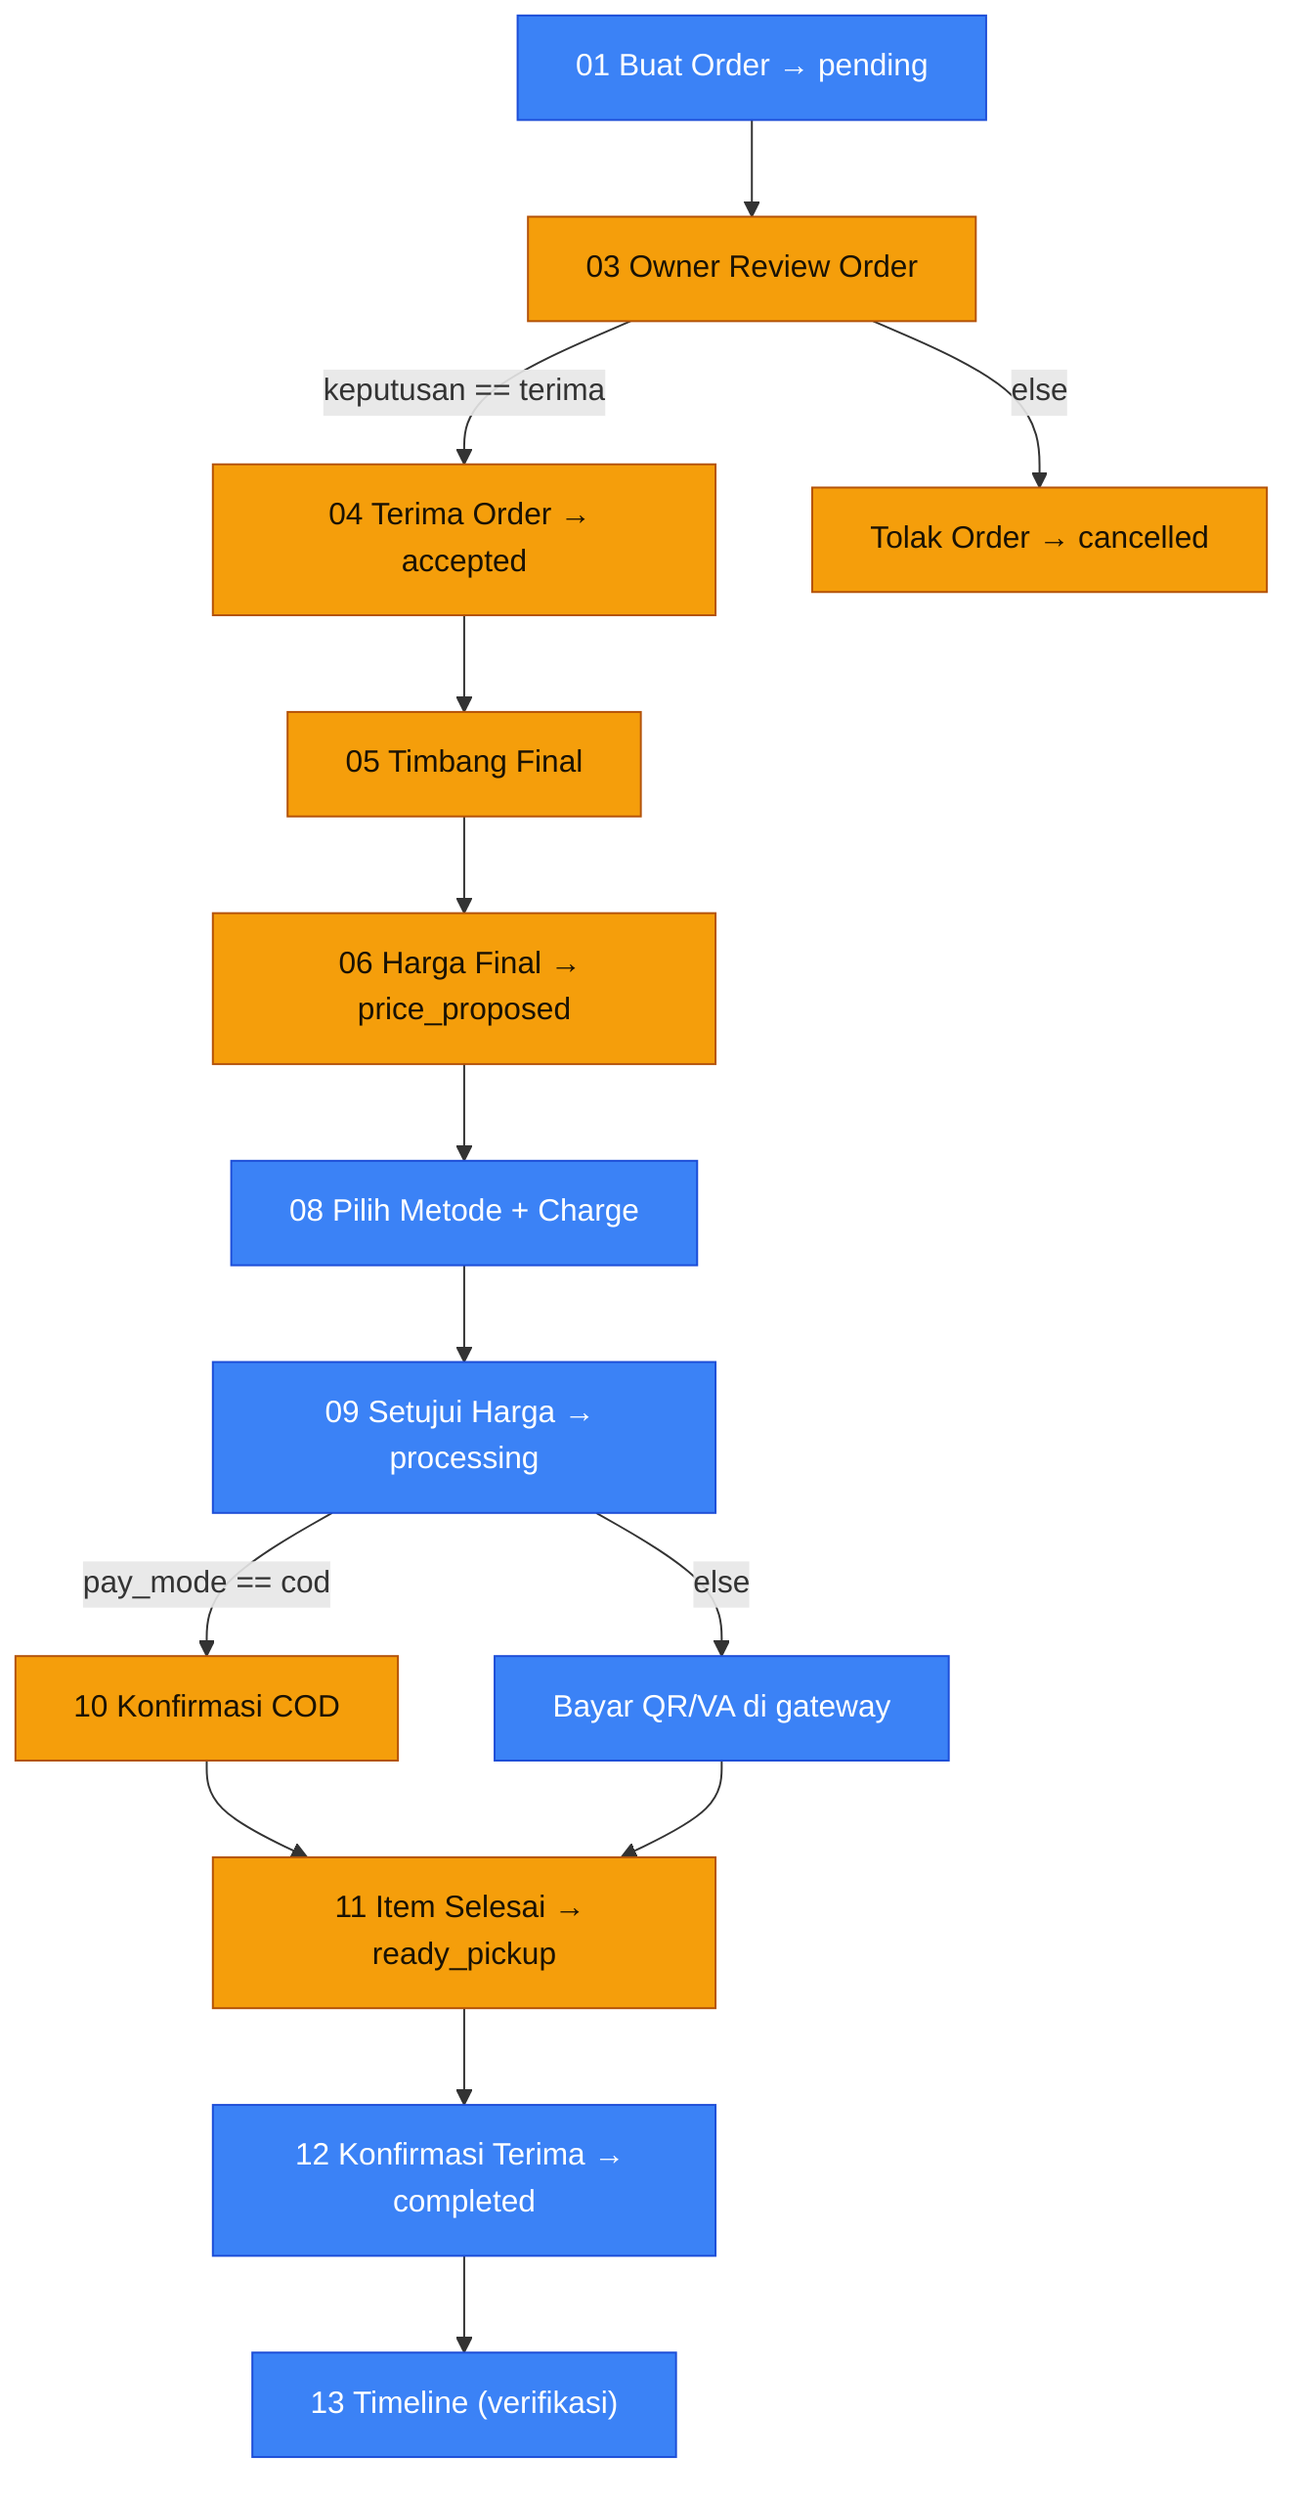
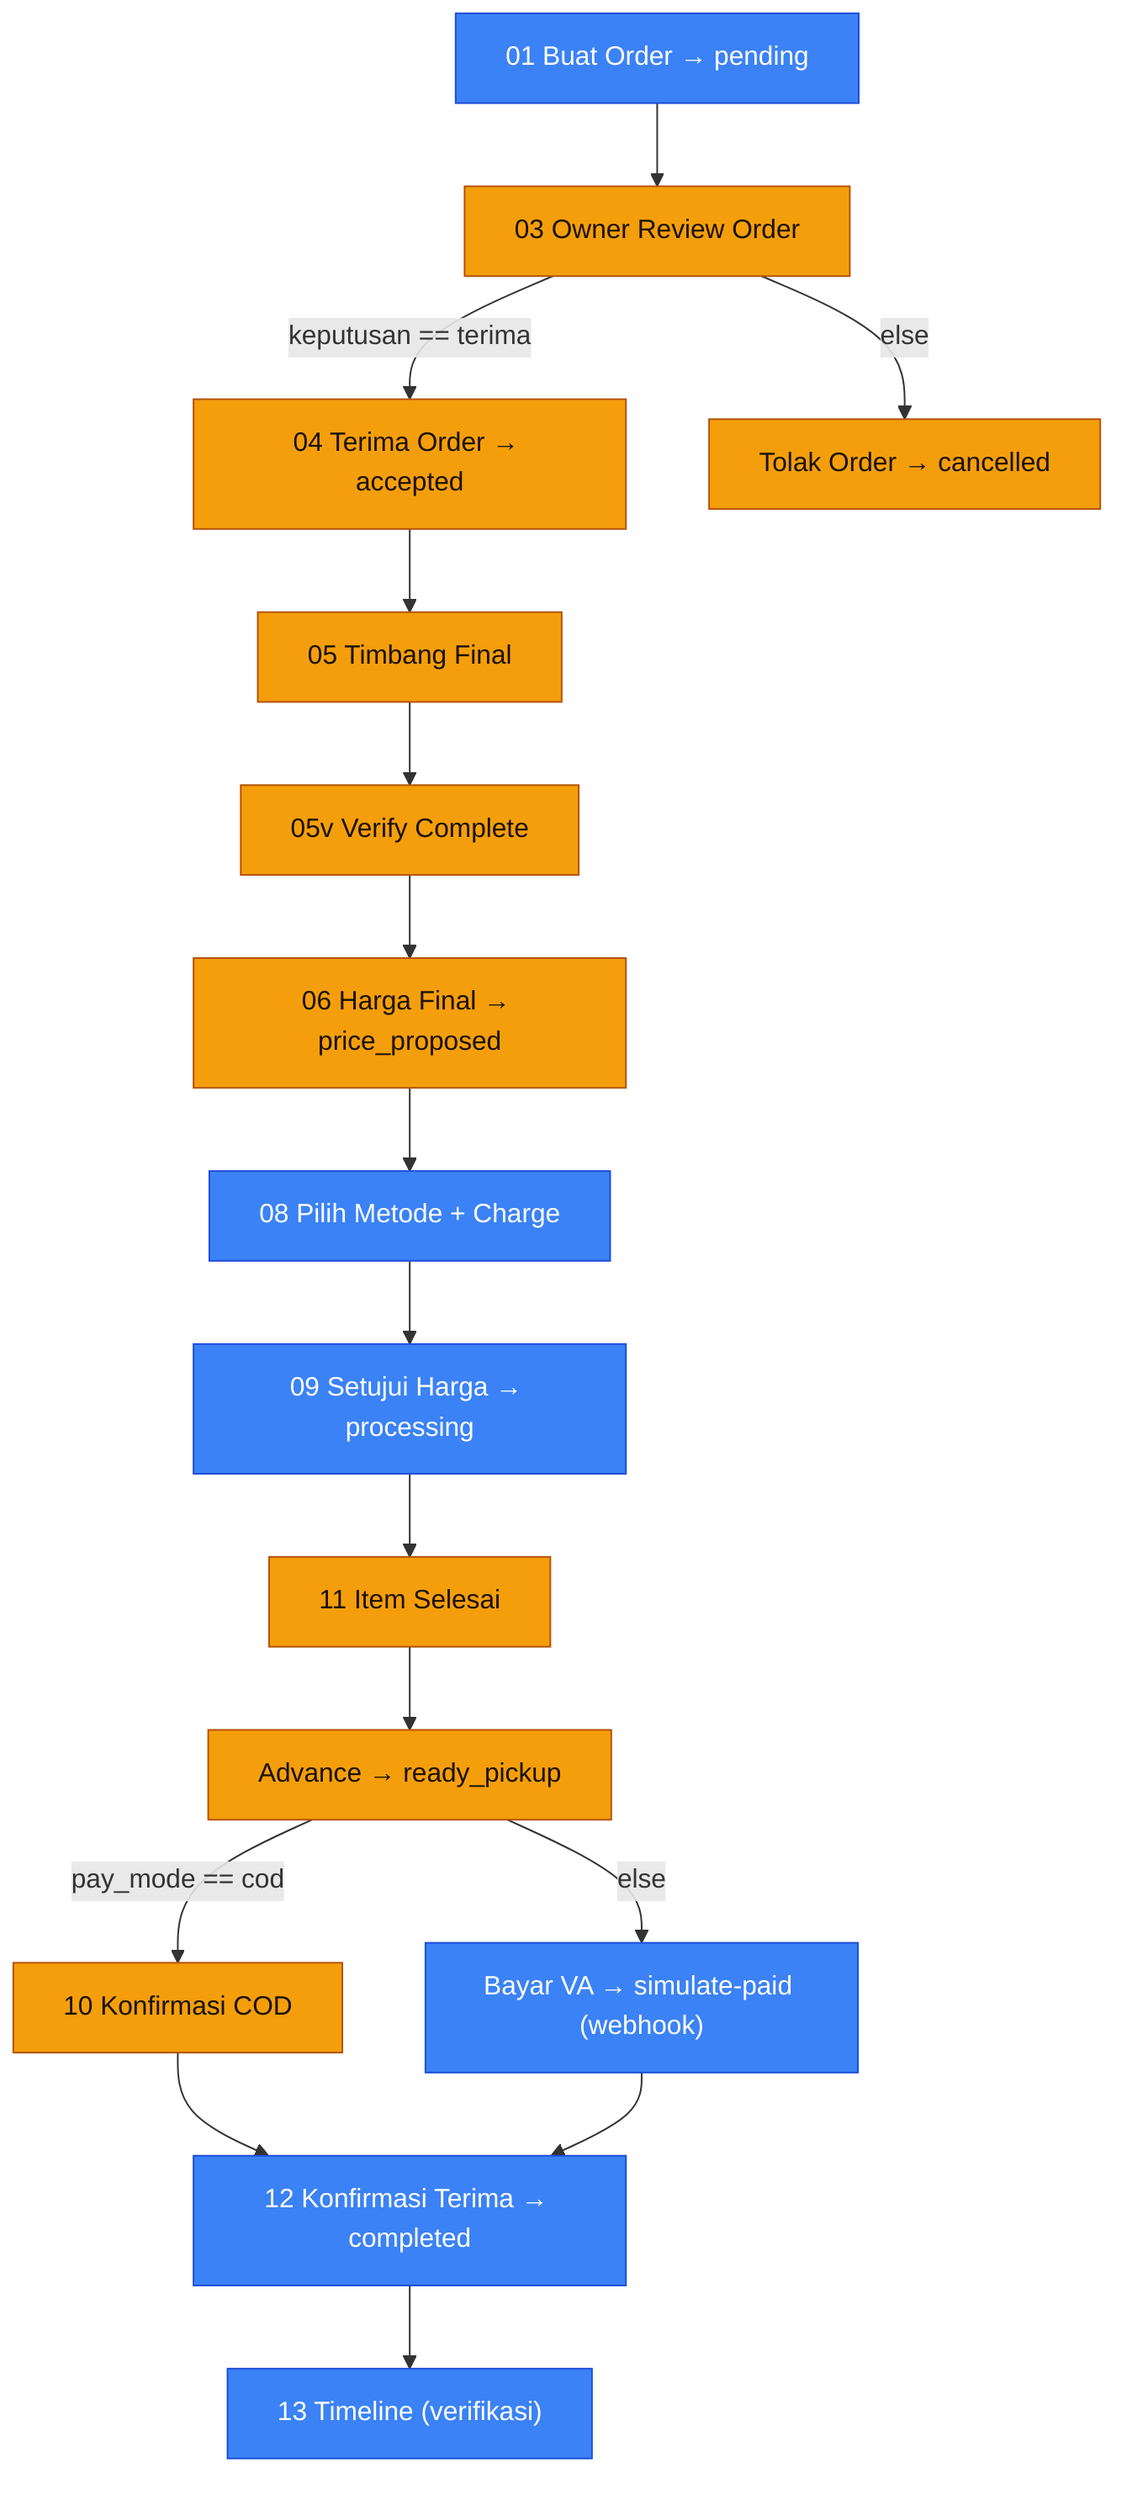
flowchart TD
  n01["01 Buat Order → pending"]:::cust --> n03["03 Owner Review Order"]:::ownr
  n03 -->|keputusan == terima| n04["04 Terima Order → accepted"]:::ownr
  n03 -->|else| nR["Tolak Order → cancelled"]:::ownr
  n04 --> n05["05 Timbang Final"]:::ownr
-   n05 --> n06["06 Harga Final → price_proposed"]:::ownr
+   n05 --> n05v["05v Verify Complete"]:::ownr
+   n05v --> n06["06 Harga Final → price_proposed"]:::ownr
  n06 --> n08["08 Pilih Metode + Charge"]:::cust
  n08 --> n09["09 Setujui Harga → processing"]:::cust
-   n09 -->|pay_mode == cod| n10["10 Konfirmasi COD"]:::ownr
-   n09 -->|else| nPay["Bayar QR/VA di gateway"]:::cust
-   n10 --> n11["11 Item Selesai → ready_pickup"]:::ownr
-   nPay --> n11
-   n11 --> n12["12 Konfirmasi Terima → completed"]:::cust
+   n09 --> n11["11 Item Selesai"]:::ownr
+   n11 --> nAdv["Advance → ready_pickup"]:::ownr
+   nAdv -->|pay_mode == cod| n10["10 Konfirmasi COD"]:::ownr
+   nAdv -->|else| nPaySim["Bayar VA → simulate-paid (webhook)"]:::cust
+   n10 --> n12["12 Konfirmasi Terima → completed"]:::cust
+   nPaySim --> n12
  n12 --> n13["13 Timeline (verifikasi)"]:::cust
  classDef cust fill:#3b82f6,stroke:#1d4ed8,color:#fff
  classDef ownr fill:#f59e0b,stroke:#b45309,color:#1a1204
